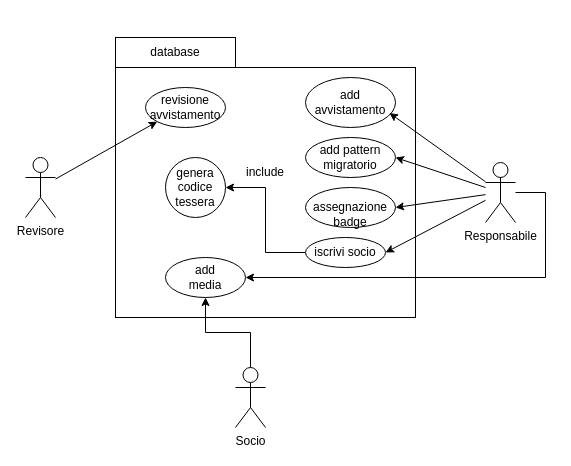
The draw.io diagram page "Page-3" (3 of 3) of document/DiagramEer.drawio in uni-aca100/db-uni, before the edit. Source tidied: cells renumbered, new cells numbered last; positions are measured from the earlier drawing's top-left corner, leaving out a move shared by most shapes. Both pictures are drawn from the tidied source at 100%, with x=0, y=0 at pixel (25, 37).
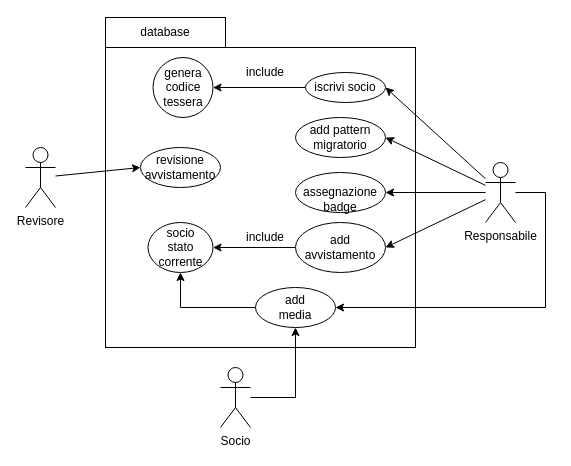
The same diagram, later.

Commit message (it also covers changes not shown here):
add vincoli stato

The change refers to these unchanged cells:
```xml
<mxCell id="13" value="Responsabile" style="shape=umlActor;verticalLabelPosition=bottom;verticalAlign=top;html=1;outlineConnect=0;" parent="1" vertex="1">
  <mxGeometry x="460" y="125" width="30" height="60" as="geometry" />
</mxCell>
```

Diff of the diagram source:
```diff
@@
     <mxCell id="2" style="rounded=0;whiteSpace=wrap;html=1;" parent="1" vertex="1">
-      <mxGeometry x="90" y="30" width="300" height="250" as="geometry" />
+      <mxGeometry x="80" y="10" width="310" height="300" as="geometry" />
     </mxCell>
     <mxCell id="3" value="Revisore" style="shape=umlActor;verticalLabelPosition=bottom;verticalAlign=top;html=1;outlineConnect=0;" parent="1" vertex="1">
-      <mxGeometry y="120" width="30" height="60" as="geometry" />
+      <mxGeometry y="110" width="30" height="60" as="geometry" />
     </mxCell>
     <mxCell id="4" value="&lt;div&gt;revisione&lt;/div&gt;&lt;div&gt;avvistamento&lt;/div&gt;" style="ellipse;whiteSpace=wrap;html=1;" parent="1" vertex="1">
-      <mxGeometry x="120" y="50" width="80" height="40" as="geometry" />
+      <mxGeometry x="115" y="110" width="80" height="40" as="geometry" />
     </mxCell>
-    <mxCell id="5" style="endArrow=classic;html=1;rounded=0;entryX=0;entryY=1;entryDx=0;entryDy=0;" parent="1" edge="1" source="3" target="4">
+    <mxCell id="5" style="endArrow=classic;html=1;rounded=0;entryX=0;entryY=0.5;entryDx=0;entryDy=0;" parent="1" edge="1" source="3" target="4">
       <mxGeometry relative="1" as="geometry" />
     </mxCell>
     <mxCell id="6" value="database" style="rounded=0;whiteSpace=wrap;html=1;" parent="1" vertex="1">
-      <mxGeometry x="90" width="120" height="30" as="geometry" />
+      <mxGeometry x="80" y="-20" width="120" height="30" as="geometry" />
     </mxCell>
+    <mxCell id="23" style="edgeStyle=orthogonalEdgeStyle;rounded=0;jettySize=auto;html=1;entryX=1;entryY=0.5;entryDx=0;entryDy=0;" parent="1" edge="1" source="7" target="25">
+      <mxGeometry relative="1" as="geometry" />
+    </mxCell>
     <mxCell id="7" value="&lt;div&gt;add&lt;/div&gt;&lt;div&gt;avvistamento&lt;/div&gt;" style="ellipse;whiteSpace=wrap;html=1;" parent="1" vertex="1">
-      <mxGeometry x="280" y="40" width="90" height="50" as="geometry" />
+      <mxGeometry x="270" y="185" width="90" height="50" as="geometry" />
     </mxCell>
     <mxCell id="8" value="&lt;div&gt;genera&lt;/div&gt;&lt;div&gt;codice&lt;/div&gt;&lt;div&gt;tessera&lt;/div&gt;" style="ellipse;whiteSpace=wrap;html=1;" parent="1" vertex="1">
-      <mxGeometry x="140" y="120" width="60" height="60" as="geometry" />
+      <mxGeometry x="127.5" y="20" width="60" height="60" as="geometry" />
     </mxCell>
@@
     <mxCell id="10" value="iscrivi socio" style="ellipse;whiteSpace=wrap;html=1;" parent="1" vertex="1">
-      <mxGeometry x="280" y="200" width="80" height="30" as="geometry" />
+      <mxGeometry x="280" y="35" width="80" height="30" as="geometry" />
     </mxCell>
     <mxCell id="11" value="&lt;div&gt;add pattern&lt;/div&gt;&lt;div&gt;migratorio&lt;/div&gt;" style="ellipse;whiteSpace=wrap;html=1;" parent="1" vertex="1">
-      <mxGeometry x="280" y="100" width="90" height="40" as="geometry" />
+      <mxGeometry x="270" y="80" width="90" height="40" as="geometry" />
     </mxCell>
     <mxCell id="12" value="&lt;div&gt;&lt;br&gt;&lt;/div&gt;&lt;div&gt;assegnazione&lt;/div&gt;&lt;div&gt;badge&lt;/div&gt;" style="ellipse;whiteSpace=wrap;html=1;" parent="1" vertex="1">
-      <mxGeometry x="280" y="150" width="90" height="40" as="geometry" />
+      <mxGeometry x="270" y="135" width="90" height="40" as="geometry" />
     </mxCell>
@@
-    <mxCell id="14" style="endArrow=classic;html=1;rounded=0;entryX=0.933;entryY=0.71;entryDx=0;entryDy=0;entryPerimeter=0;" parent="1" edge="1" source="13" target="7">
+    <mxCell id="14" style="endArrow=classic;html=1;rounded=0;entryX=1;entryY=0.5;entryDx=0;entryDy=0;" parent="1" edge="1" source="13" target="7">
       <mxGeometry relative="1" as="geometry" />
     </mxCell>
@@
     <mxCell id="18" value="include" style="text;html=1;align=center;verticalAlign=middle;whiteSpace=wrap;rounded=0;" parent="1" vertex="1">
-      <mxGeometry x="210" y="120" width="60" height="30" as="geometry" />
+      <mxGeometry x="210" y="20" width="60" height="30" as="geometry" />
     </mxCell>
+    <mxCell id="24" style="edgeStyle=orthogonalEdgeStyle;rounded=0;jettySize=auto;html=1;" parent="1" edge="1" source="19" target="25">
+      <mxGeometry relative="1" as="geometry" />
+    </mxCell>
     <mxCell id="19" value="&lt;div&gt;add&lt;/div&gt;&lt;div&gt;media&lt;/div&gt;" style="ellipse;whiteSpace=wrap;html=1;" parent="1" vertex="1">
-      <mxGeometry x="140" y="220" width="80" height="40" as="geometry" />
+      <mxGeometry x="230" y="250" width="80" height="40" as="geometry" />
     </mxCell>
@@
     <mxCell id="21" value="Socio" style="shape=umlActor;verticalLabelPosition=bottom;verticalAlign=top;html=1;outlineConnect=0;" parent="1" vertex="1">
-      <mxGeometry x="210" y="330" width="30" height="60" as="geometry" />
+      <mxGeometry x="195" y="330" width="30" height="60" as="geometry" />
     </mxCell>
     <mxCell id="22" style="endArrow=classic;html=1;rounded=0;entryX=1;entryY=0.5;entryDx=0;entryDy=0;edgeStyle=orthogonalEdgeStyle;" parent="1" edge="1" source="13" target="19">
       <mxGeometry relative="1" as="geometry">
         <Array as="points">
           <mxPoint x="520" y="155" />
-          <mxPoint x="520" y="240" />
+          <mxPoint x="520" y="270" />
         </Array>
       </mxGeometry>
     </mxCell>
+    <mxCell id="25" value="&lt;div&gt;socio&lt;/div&gt;&lt;div&gt;stato&lt;/div&gt;&lt;div&gt;corrente&lt;/div&gt;" style="ellipse;whiteSpace=wrap;html=1;" parent="1" vertex="1">
+      <mxGeometry x="122.5" y="185" width="65" height="50" as="geometry" />
+    </mxCell>
+    <mxCell id="26" value="include" style="text;html=1;align=center;verticalAlign=middle;whiteSpace=wrap;rounded=0;" parent="1" vertex="1">
+      <mxGeometry x="210" y="185" width="60" height="30" as="geometry" />
+    </mxCell>
```
